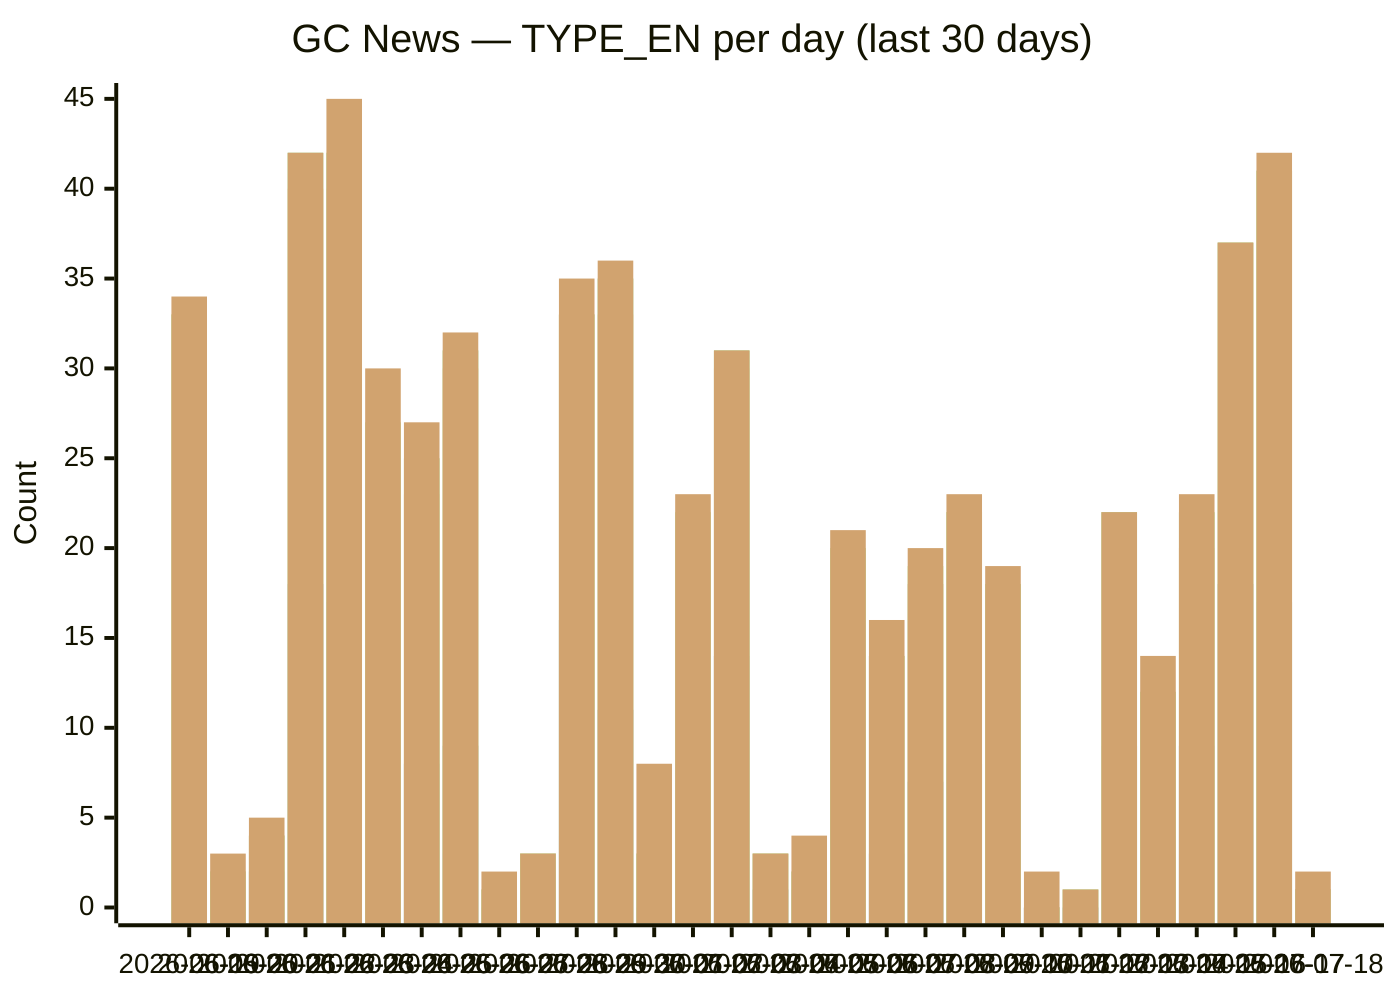
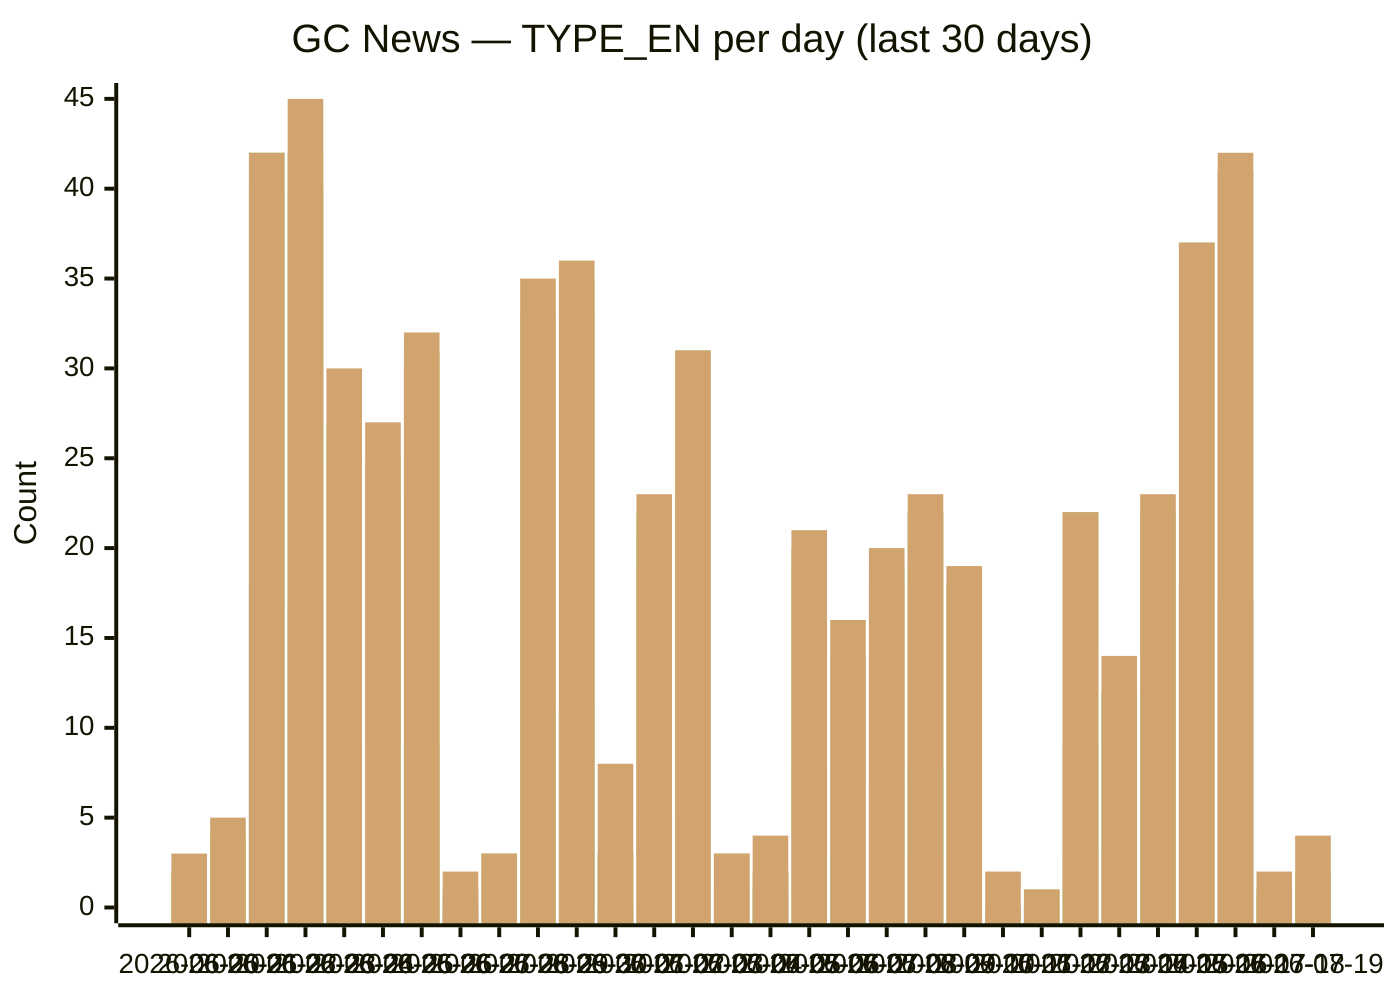
```mermaid
xychart-beta
  title "GC News — TYPE_EN per day (last 30 days)"
-   x-axis [2026-06-19, 2026-06-20, 2026-06-21, 2026-06-22, 2026-06-23, 2026-06-24, 2026-06-25, 2026-06-26, 2026-06-27, 2026-06-28, 2026-06-29, 2026-06-30, 2026-07-01, 2026-07-02, 2026-07-03, 2026-07-04, 2026-07-05, 2026-07-06, 2026-07-07, 2026-07-08, 2026-07-09, 2026-07-10, 2026-07-11, 2026-07-12, 2026-07-13, 2026-07-14, 2026-07-15, 2026-07-16, 2026-07-17, 2026-07-18]
+   x-axis [2026-06-20, 2026-06-21, 2026-06-22, 2026-06-23, 2026-06-24, 2026-06-25, 2026-06-26, 2026-06-27, 2026-06-28, 2026-06-29, 2026-06-30, 2026-07-01, 2026-07-02, 2026-07-03, 2026-07-04, 2026-07-05, 2026-07-06, 2026-07-07, 2026-07-08, 2026-07-09, 2026-07-10, 2026-07-11, 2026-07-12, 2026-07-13, 2026-07-14, 2026-07-15, 2026-07-16, 2026-07-17, 2026-07-18, 2026-07-19]
  y-axis "Count" 0 --> 45
-   bar backgrounders [2, 0, 0, 3, 6, 2, 2, 3, 0, 0, 4, 3, 0, 1, 3, 1, 0, 3, 2, 2, 3, 3, 0, 0, 3, 3, 3, 4, 5, 0]
-   bar "media advisories" [13, 0, 2, 18, 17, 9, 8, 9, 0, 2, 16, 11, 0, 5, 14, 1, 1, 8, 3, 7, 8, 7, 0, 0, 9, 4, 9, 18, 17, 1]
-   bar "news releases" [33, 2, 4, 40, 40, 25, 23, 30, 1, 3, 33, 33, 3, 19, 30, 3, 2, 19, 14, 18, 22, 18, 0, 1, 22, 12, 20, 37, 41, 1]
-   bar readouts [33, 2, 4, 42, 42, 26, 25, 31, 1, 3, 33, 35, 3, 21, 31, 3, 2, 20, 14, 18, 22, 18, 0, 1, 22, 12, 22, 37, 41, 1]
-   bar speeches [33, 2, 4, 42, 42, 27, 25, 31, 1, 3, 33, 35, 3, 22, 31, 3, 2, 20, 14, 19, 22, 18, 0, 1, 22, 12, 22, 37, 41, 1]
-   bar statements [34, 3, 5, 42, 45, 30, 27, 32, 2, 3, 35, 36, 8, 23, 31, 3, 4, 21, 16, 20, 23, 19, 2, 1, 22, 14, 23, 37, 42, 2]
+   bar backgrounders [0, 0, 3, 6, 2, 2, 3, 0, 0, 4, 3, 0, 1, 3, 1, 0, 3, 2, 2, 3, 3, 0, 0, 3, 3, 3, 4, 5, 0, 0]
+   bar "media advisories" [0, 2, 18, 17, 9, 8, 9, 0, 2, 16, 11, 0, 5, 14, 1, 1, 8, 3, 7, 8, 7, 0, 0, 9, 4, 9, 18, 17, 1, 0]
+   bar "news releases" [2, 4, 40, 40, 25, 23, 30, 1, 3, 33, 33, 3, 19, 30, 3, 2, 19, 14, 18, 22, 18, 0, 1, 22, 12, 20, 37, 41, 1, 2]
+   bar readouts [2, 4, 42, 42, 26, 25, 31, 1, 3, 33, 35, 3, 21, 31, 3, 2, 20, 14, 18, 22, 18, 0, 1, 22, 12, 22, 37, 41, 1, 2]
+   bar speeches [2, 4, 42, 42, 27, 25, 31, 1, 3, 33, 35, 3, 22, 31, 3, 2, 20, 14, 19, 22, 18, 0, 1, 22, 12, 22, 37, 41, 1, 2]
+   bar statements [3, 5, 42, 45, 30, 27, 32, 2, 3, 35, 36, 8, 23, 31, 3, 4, 21, 16, 20, 23, 19, 2, 1, 22, 14, 23, 37, 42, 2, 4]
```